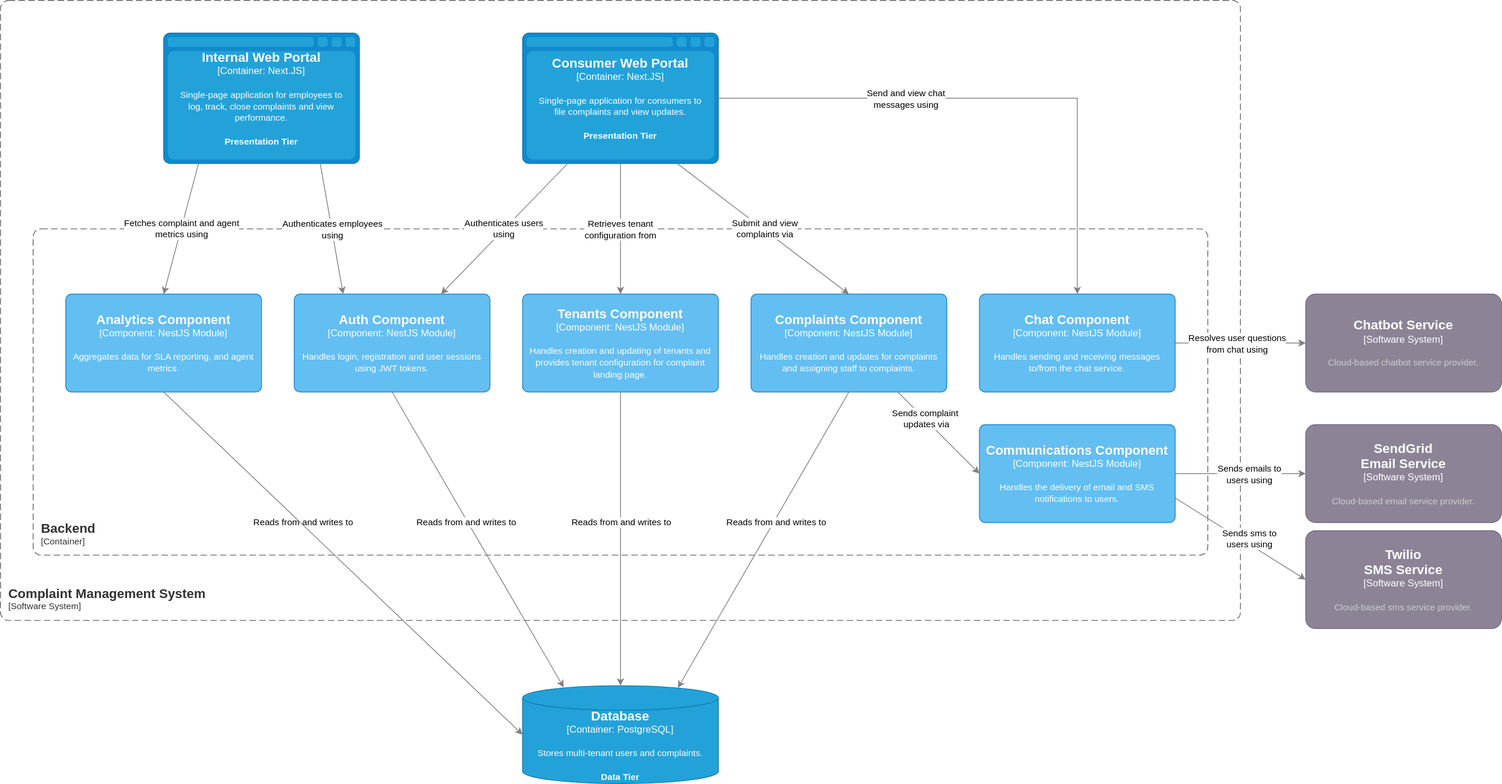
Before: diagrams/diagrams-c4-component.svg, a diagram exported from draw.io (AAigars/cms-saad). Source tidied: cells renumbered, new cells last; positions are measured from the earlier drawing's top-left corner, leaving out a move shared by most shapes.
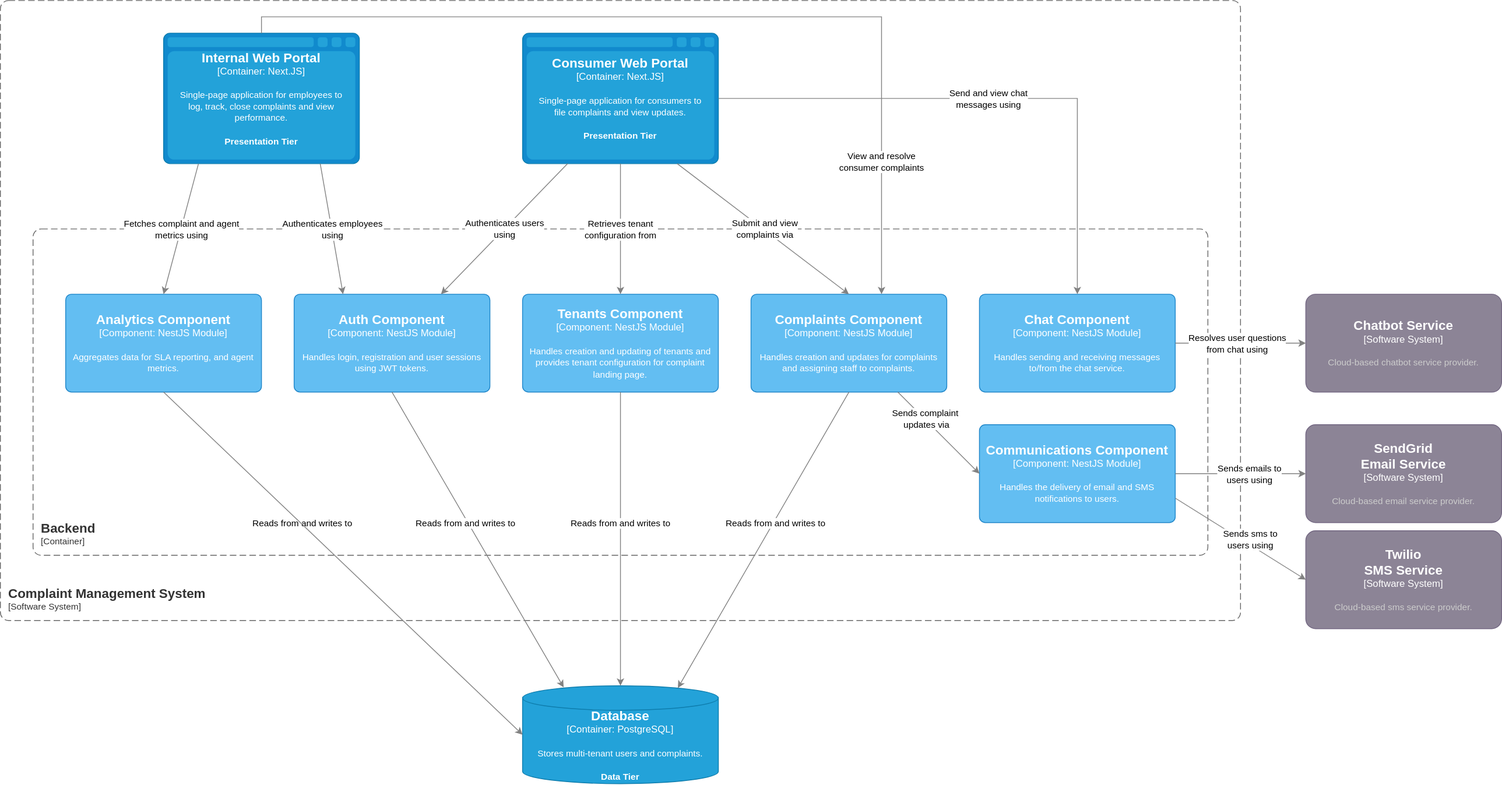
After the commit.

Commit message:
fix: internal web portal utilises complaints component

Change to the diagram source:
```diff
@@ -152,7 +152,7 @@
     </mxCell>
     <mxCell id="38" value="Send and view chat&lt;div&gt;messages using&lt;/div&gt;" style="edgeLabel;html=1;align=center;verticalAlign=middle;" parent="37" vertex="1">
       <mxGeometry x="-0.42" relative="1" as="geometry">
-        <mxPoint x="32" as="offset" />
+        <mxPoint x="132" as="offset" />
       </mxGeometry>
     </mxCell>
     <object id="39" label="&lt;font style=&quot;font-size: 16px&quot;&gt;&lt;b&gt;%c4Name%&lt;/b&gt;&lt;/font&gt;&lt;div&gt;[%c4Type%: %c4Technology%]&lt;/div&gt;&lt;br&gt;&lt;div&gt;&lt;font style=&quot;font-size: 11px&quot;&gt;%c4Description%&lt;/font&gt;&lt;/div&gt;" c4Description="Aggregates data for SLA reporting, and agent metrics." c4Name="Analytics Component" c4Technology="NestJS Module" c4Type="Component" placeholders="1">
@@ -175,5 +175,17 @@
     <mxCell id="44" value="Authenticates employees&lt;div&gt;using&lt;/div&gt;" style="edgeLabel;html=1;align=center;verticalAlign=middle;" parent="43" vertex="1">
       <mxGeometry relative="1" as="geometry" />
     </mxCell>
+    <mxCell id="45" style="edgeStyle=orthogonalEdgeStyle;rounded=0;jettySize=auto;html=1;strokeColor=#828282;fontStyle=1;curved=0;shadow=0;" parent="1" edge="1" source="23">
+      <mxGeometry relative="1" as="geometry">
+        <mxPoint x="1080" y="360" as="targetPoint" />
+        <Array as="points">
+          <mxPoint x="320" y="20" />
+          <mxPoint x="1080" y="20" />
+        </Array>
+      </mxGeometry>
+    </mxCell>
+    <mxCell id="46" value="View and resolve&lt;div&gt;consumer complaints&lt;/div&gt;" style="edgeLabel;html=1;align=center;verticalAlign=middle;" parent="45" vertex="1">
+      <mxGeometry x="0.71" y="-1" relative="1" as="geometry" />
+    </mxCell>
   </root>
 </mxGraphModel>
```
